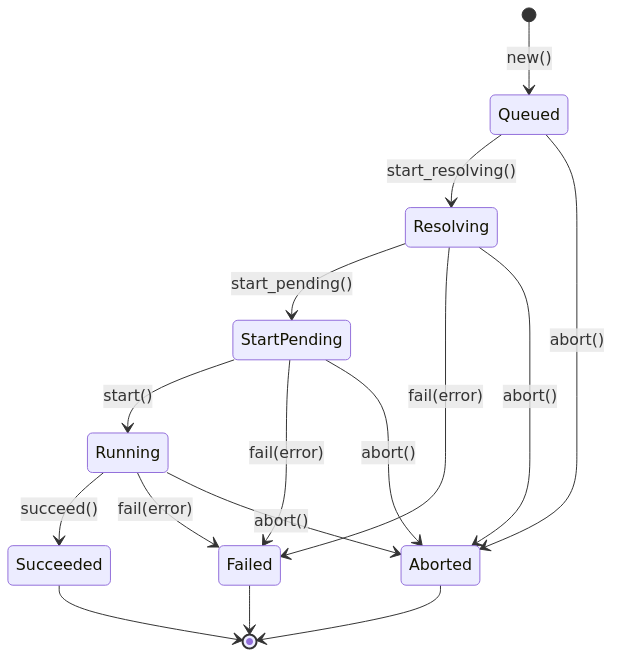
Before: docs/workflow_machine.png, a diagram exported from Mermaid (paninfracon/stormchaser). Its source is kept beside it as docs/workflow_machine.mmd.
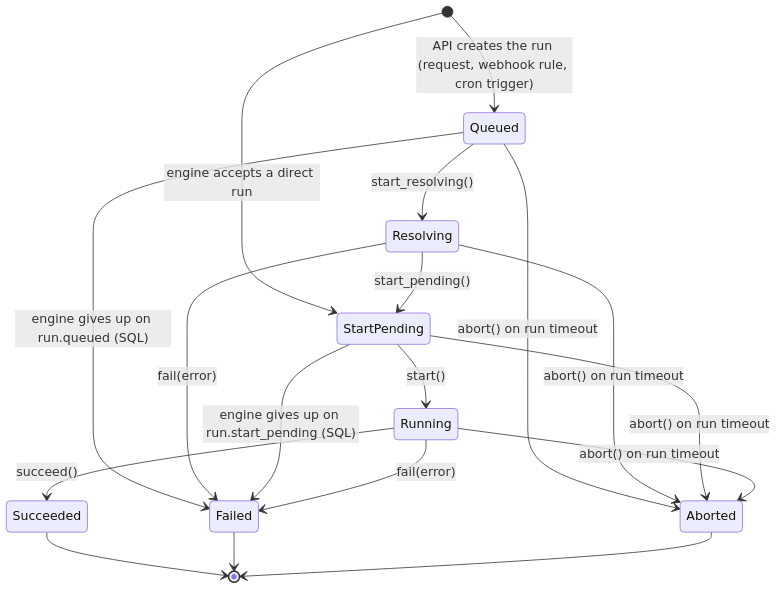
After the change.

Diff of the diagram source:
```diff
@@ -1,20 +1,22 @@
 stateDiagram-v2
-    [*] --> Queued: new()
+    [*] --> Queued: API creates the run (request, webhook rule, cron trigger)
+    [*] --> StartPending: engine accepts a direct run
 
     Queued --> Resolving: start_resolving()
-    Queued --> Aborted: abort()
+    Queued --> Failed: engine gives up on run.queued (SQL)
+    Queued --> Aborted: abort() on run timeout
 
     Resolving --> StartPending: start_pending()
     Resolving --> Failed: fail(error)
-    Resolving --> Aborted: abort()
+    Resolving --> Aborted: abort() on run timeout
 
     StartPending --> Running: start()
-    StartPending --> Failed: fail(error)
-    StartPending --> Aborted: abort()
+    StartPending --> Failed: engine gives up on run.start_pending (SQL)
+    StartPending --> Aborted: abort() on run timeout
 
     Running --> Succeeded: succeed()
     Running --> Failed: fail(error)
-    Running --> Aborted: abort()
+    Running --> Aborted: abort() on run timeout
 
     Succeeded --> [*]
     Failed --> [*]
```
